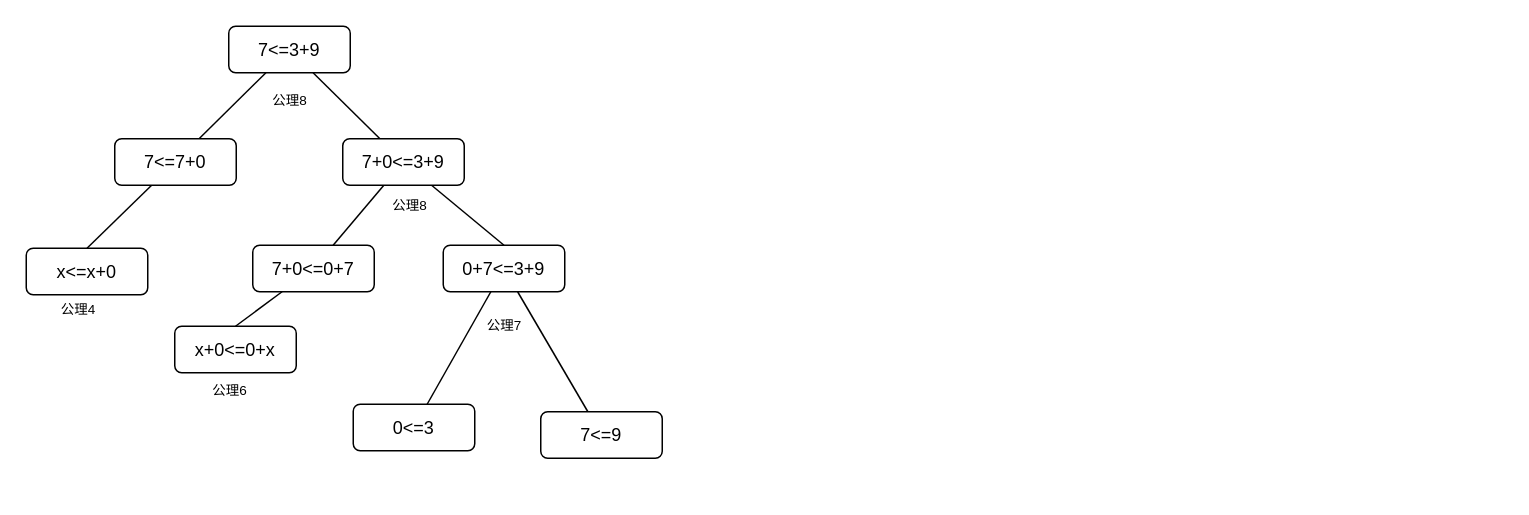
The draw.io diagram 测试.drawio in ZYNsama666/BackUp, before the edit. Source tidied: cells renumbered, new cells numbered last; positions are measured from the earlier drawing's top-left corner, leaving out a move shared by most shapes. Both pictures are drawn from the tidied source at 150%, with x=0, y=0 at pixel (26, 26).
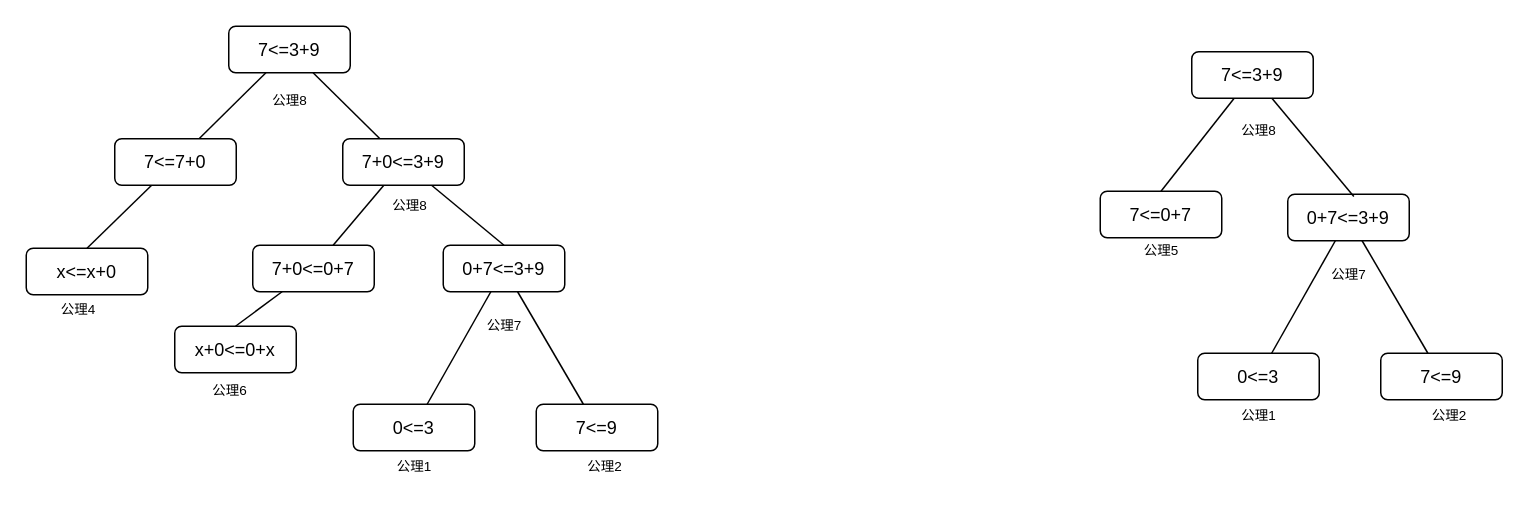
The same diagram, later.

Diff of the diagram source:
```diff
@@
     <mxCell id="22" value="7&amp;lt;=9" style="rounded=1;whiteSpace=wrap;html=1;" parent="1" vertex="1">
-      <mxGeometry x="343" y="257" width="81" height="31" as="geometry" />
+      <mxGeometry x="340" y="252" width="81" height="31" as="geometry" />
     </mxCell>
@@
+    <mxCell id="24" value="&lt;font style=&quot;font-size: 9px;&quot;&gt;公理1&lt;/font&gt;" style="text;html=1;align=center;verticalAlign=middle;whiteSpace=wrap;rounded=0;" parent="1" vertex="1">
+      <mxGeometry x="228.5" y="278" width="60" height="30" as="geometry" />
+    </mxCell>
+    <mxCell id="25" value="&lt;font style=&quot;font-size: 9px;&quot;&gt;公理2&lt;/font&gt;" style="text;html=1;align=center;verticalAlign=middle;whiteSpace=wrap;rounded=0;" parent="1" vertex="1">
+      <mxGeometry x="356" y="278" width="60" height="30" as="geometry" />
+    </mxCell>
+    <mxCell id="26" style="rounded=0;jettySize=auto;html=1;endArrow=none;endFill=0;" parent="1" edge="1" source="28" target="29">
+      <mxGeometry relative="1" as="geometry" />
+    </mxCell>
+    <mxCell id="27" style="rounded=0;jettySize=auto;html=1;endArrow=none;endFill=0;" parent="1" edge="1" source="28" target="30">
+      <mxGeometry relative="1" as="geometry" />
+    </mxCell>
+    <mxCell id="28" value="0+7&amp;lt;=3+9" style="rounded=1;whiteSpace=wrap;html=1;" parent="1" vertex="1">
+      <mxGeometry x="841" y="112" width="81" height="31" as="geometry" />
+    </mxCell>
+    <mxCell id="29" value="0&amp;lt;=3" style="rounded=1;whiteSpace=wrap;html=1;" parent="1" vertex="1">
+      <mxGeometry x="781" y="218" width="81" height="31" as="geometry" />
+    </mxCell>
+    <mxCell id="30" value="7&amp;lt;=9" style="rounded=1;whiteSpace=wrap;html=1;" parent="1" vertex="1">
+      <mxGeometry x="903" y="218" width="81" height="31" as="geometry" />
+    </mxCell>
+    <mxCell id="31" value="&lt;font style=&quot;font-size: 9px;&quot;&gt;公理7&lt;/font&gt;" style="text;html=1;align=center;verticalAlign=middle;whiteSpace=wrap;rounded=0;" parent="1" vertex="1">
+      <mxGeometry x="851.5" y="150" width="60" height="30" as="geometry" />
+    </mxCell>
+    <mxCell id="32" value="&lt;font style=&quot;font-size: 9px;&quot;&gt;公理1&lt;/font&gt;" style="text;html=1;align=center;verticalAlign=middle;whiteSpace=wrap;rounded=0;" parent="1" vertex="1">
+      <mxGeometry x="791.5" y="244" width="60" height="30" as="geometry" />
+    </mxCell>
+    <mxCell id="33" value="&lt;font style=&quot;font-size: 9px;&quot;&gt;公理2&lt;/font&gt;" style="text;html=1;align=center;verticalAlign=middle;whiteSpace=wrap;rounded=0;" parent="1" vertex="1">
+      <mxGeometry x="919" y="244" width="60" height="30" as="geometry" />
+    </mxCell>
+    <mxCell id="34" value="7&amp;lt;=0+7" style="rounded=1;whiteSpace=wrap;html=1;" parent="1" vertex="1">
+      <mxGeometry x="716" y="110" width="81" height="31" as="geometry" />
+    </mxCell>
+    <mxCell id="35" value="&lt;font style=&quot;font-size: 9px;&quot;&gt;公理8&lt;/font&gt;" style="text;html=1;align=center;verticalAlign=middle;whiteSpace=wrap;rounded=0;" parent="1" vertex="1">
+      <mxGeometry x="791.5" y="54" width="60" height="30" as="geometry" />
+    </mxCell>
+    <mxCell id="36" style="rounded=0;jettySize=auto;html=1;entryX=0.5;entryY=0;entryDx=0;entryDy=0;endArrow=none;endFill=0;" parent="1" edge="1" source="37" target="34">
+      <mxGeometry relative="1" as="geometry" />
+    </mxCell>
+    <mxCell id="37" value="7&amp;lt;=3+9" style="rounded=1;whiteSpace=wrap;html=1;" parent="1" vertex="1">
+      <mxGeometry x="777" y="17" width="81" height="31" as="geometry" />
+    </mxCell>
+    <mxCell id="38" style="rounded=0;jettySize=auto;html=1;entryX=0.544;entryY=0.049;entryDx=0;entryDy=0;entryPerimeter=0;endArrow=none;endFill=0;" parent="1" edge="1" source="37" target="28">
+      <mxGeometry relative="1" as="geometry" />
+    </mxCell>
+    <mxCell id="39" value="&lt;font style=&quot;font-size: 9px;&quot;&gt;公理5&lt;/font&gt;" style="text;html=1;align=center;verticalAlign=middle;whiteSpace=wrap;rounded=0;" parent="1" vertex="1">
+      <mxGeometry x="726.5" y="134" width="60" height="30" as="geometry" />
+    </mxCell>
```
